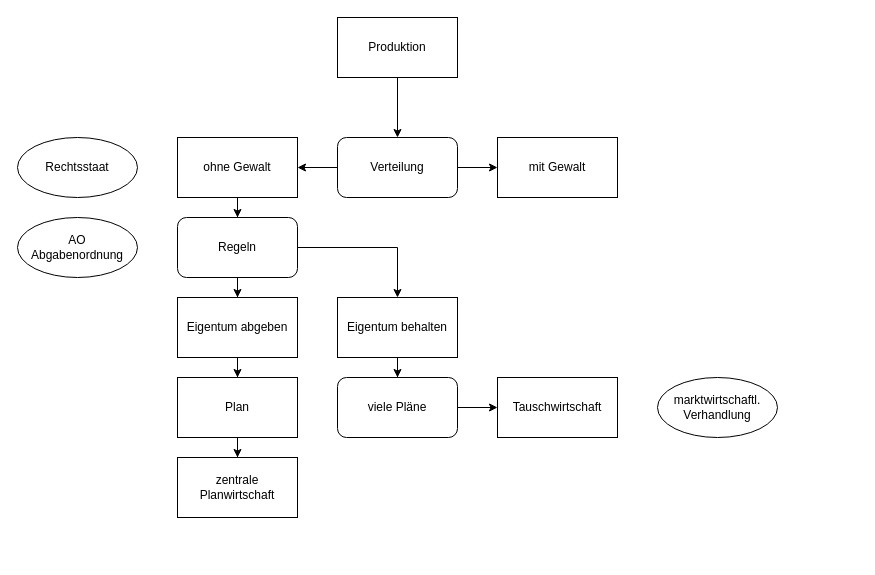
Before: UGU01.drawio in martinbro2021/diagrams, a draw.io diagram. Source tidied: cells renumbered, new cells numbered last; positions are measured from the earlier drawing's top-left corner, leaving out a move shared by most shapes. Both pictures are drawn from the tidied source at 100%, with x=0, y=0 at pixel (17, 17).
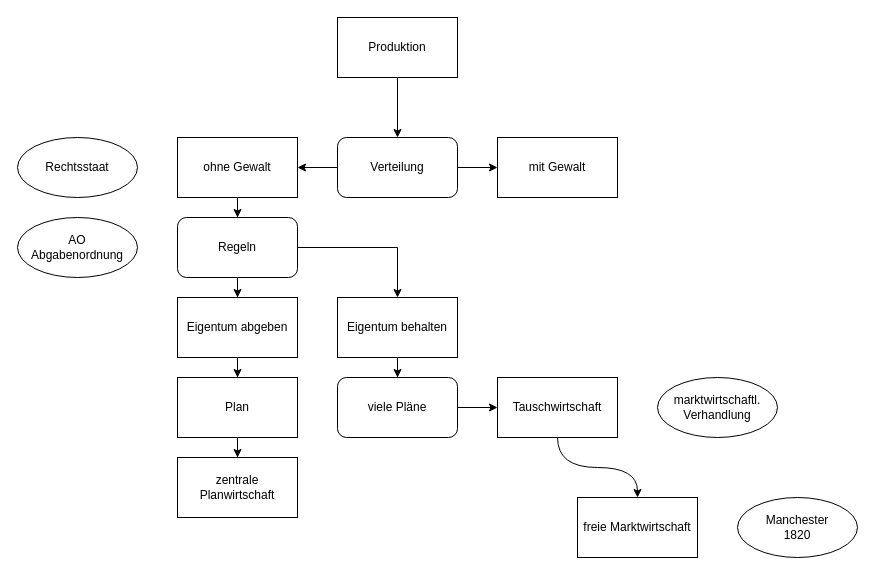
The same diagram, later.

The change refers to these unchanged cells:
```xml
<mxCell id="24" value="Tauschwirtschaft" style="rounded=0;whiteSpace=wrap;html=1;" parent="1" vertex="1">
  <mxGeometry x="480" y="360" width="120" height="60" as="geometry" />
</mxCell>
```

Diff of the diagram source:
```diff
@@
+    <mxCell id="26" style="edgeStyle=orthogonalEdgeStyle;jettySize=auto;html=1;curved=1;" parent="1" edge="1" source="24" target="27">
+      <mxGeometry relative="1" as="geometry" />
+    </mxCell>
@@
+    <mxCell id="27" value="freie Marktwirtschaft" style="rounded=0;whiteSpace=wrap;html=1;" parent="1" vertex="1">
+      <mxGeometry x="560" y="480" width="120" height="60" as="geometry" />
+    </mxCell>
+    <mxCell id="28" value="Manchester&lt;br&gt;1820" style="ellipse;whiteSpace=wrap;html=1;" parent="1" vertex="1">
+      <mxGeometry x="720" y="480" width="120" height="60" as="geometry" />
+    </mxCell>
```
